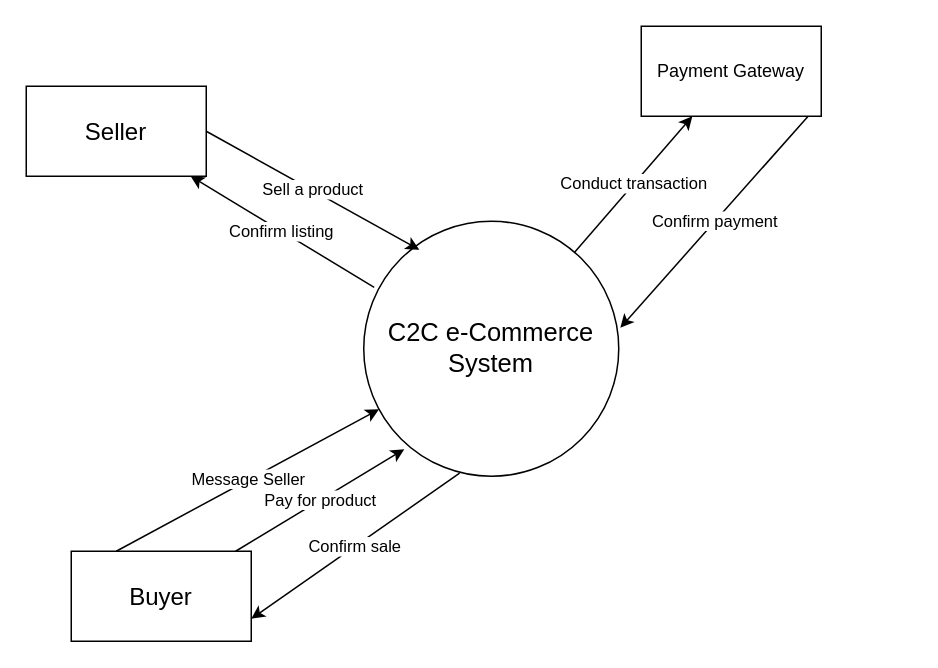
Above: diagrams/Context.drawio in GrantODP/ITECA3-project (draw.io), before the change. Source tidied: cells renumbered, new cells numbered last; positions are measured from the earlier drawing's top-left corner, leaving out a move shared by most shapes. Both pictures are drawn from the tidied source at 150%, with x=0, y=0 at pixel (26, 26).
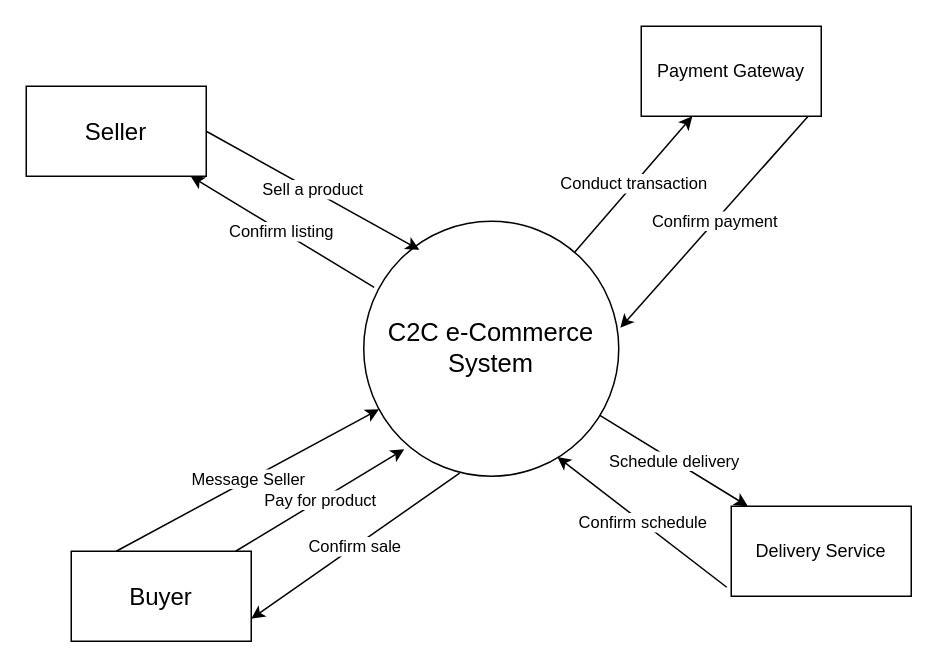
The same page after the edit.

The edit, as a diff of the source:
```diff
@@
 <mxGraphModel>
   <root>
     <mxCell id="0" />
     <mxCell id="1" parent="0" />
     <mxCell id="2" value="Confirm listing" style="rounded=0;jettySize=auto;html=1;exitX=0.041;exitY=0.259;exitDx=0;exitDy=0;exitPerimeter=0;" parent="1" edge="1" source="5" target="7">
       <mxGeometry relative="1" as="geometry" />
     </mxCell>
     <mxCell id="3" value="Confirm sale" style="rounded=0;jettySize=auto;html=1;exitX=0.376;exitY=0.988;exitDx=0;exitDy=0;exitPerimeter=0;entryX=1;entryY=0.75;entryDx=0;entryDy=0;" parent="1" edge="1" source="5" target="10">
       <mxGeometry relative="1" as="geometry" />
     </mxCell>
     <mxCell id="4" value="Conduct transaction" style="rounded=0;jettySize=auto;html=1;" parent="1" edge="1" source="5" target="12">
       <mxGeometry relative="1" as="geometry" />
     </mxCell>
+    <mxCell id="13" value="Schedule delivery" style="rounded=0;jettySize=auto;html=1;" parent="1" edge="1" source="5" target="15">
+      <mxGeometry relative="1" as="geometry" />
+    </mxCell>
     <mxCell id="5" value="C2C e-Commerce System" style="ellipse;whiteSpace=wrap;html=1;fontSize=17;" parent="1" vertex="1">
       <mxGeometry x="225" y="130" width="170" height="170" as="geometry" />
     </mxCell>
     <mxCell id="6" value="Sell a product" style="rounded=0;jettySize=auto;html=1;exitX=1;exitY=0.5;exitDx=0;exitDy=0;entryX=0.218;entryY=0.112;entryDx=0;entryDy=0;entryPerimeter=0;" parent="1" edge="1" source="7" target="5">
       <mxGeometry relative="1" as="geometry" />
     </mxCell>
     <mxCell id="7" value="&lt;font style=&quot;font-size: 16px;&quot;&gt;Seller&lt;/font&gt;" style="rounded=0;whiteSpace=wrap;html=1;" parent="1" vertex="1">
       <mxGeometry y="40" width="120" height="60" as="geometry" />
     </mxCell>
     <mxCell id="8" value="Message Seller" style="rounded=0;jettySize=auto;html=1;exitX=0.25;exitY=0;exitDx=0;exitDy=0;" parent="1" edge="1" source="10" target="5">
       <mxGeometry relative="1" as="geometry" />
     </mxCell>
     <mxCell id="9" value="Pay for product" style="rounded=0;jettySize=auto;html=1;entryX=0.159;entryY=0.894;entryDx=0;entryDy=0;entryPerimeter=0;" parent="1" edge="1" source="10" target="5">
       <mxGeometry relative="1" as="geometry" />
     </mxCell>
     <mxCell id="10" value="&lt;font style=&quot;font-size: 16px;&quot;&gt;Buyer&lt;/font&gt;" style="rounded=0;whiteSpace=wrap;html=1;" parent="1" vertex="1">
       <mxGeometry x="30" y="350" width="120" height="60" as="geometry" />
     </mxCell>
     <mxCell id="11" value="Confirm payment" style="rounded=0;jettySize=auto;html=1;exitX=0.942;exitY=0.967;exitDx=0;exitDy=0;exitPerimeter=0;entryX=1.006;entryY=0.418;entryDx=0;entryDy=0;entryPerimeter=0;" parent="1" edge="1" source="12" target="5">
       <mxGeometry relative="1" as="geometry" />
     </mxCell>
     <mxCell id="12" value="Payment Gateway" style="rounded=0;whiteSpace=wrap;html=1;" parent="1" vertex="1">
       <mxGeometry x="410" width="120" height="60" as="geometry" />
     </mxCell>
+    <mxCell id="14" value="Confirm schedule" style="rounded=0;jettySize=auto;html=1;exitX=-0.025;exitY=0.9;exitDx=0;exitDy=0;exitPerimeter=0;entryX=0.759;entryY=0.924;entryDx=0;entryDy=0;entryPerimeter=0;" parent="1" edge="1" source="15" target="5">
+      <mxGeometry relative="1" as="geometry" />
+    </mxCell>
+    <mxCell id="15" value="Delivery Service" style="rounded=0;whiteSpace=wrap;html=1;" parent="1" vertex="1">
+      <mxGeometry x="470" y="320" width="120" height="60" as="geometry" />
+    </mxCell>
   </root>
 </mxGraphModel>
```
